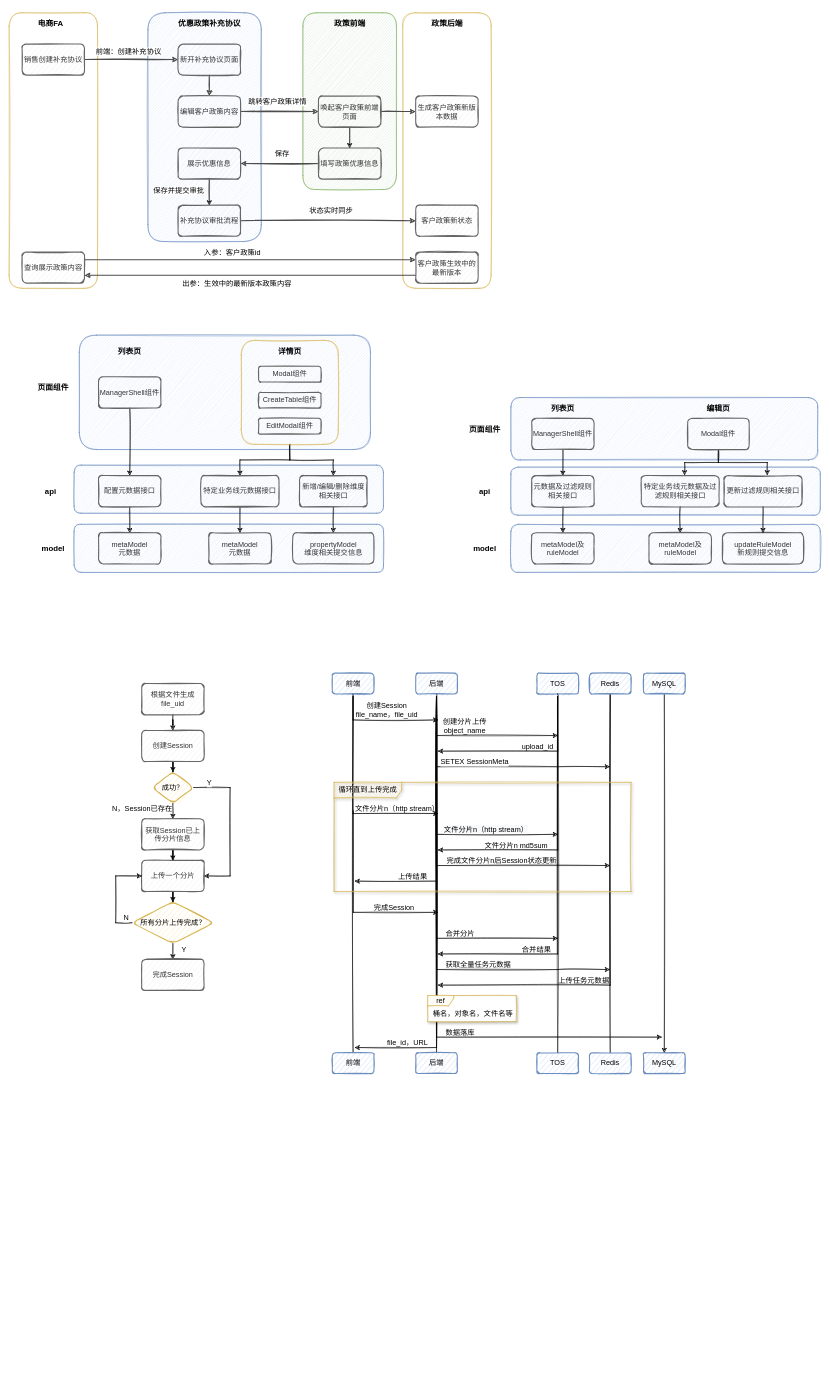
This is Untitled Diagram.drawio from qn-wu/mall, a draw.io file, before an edit. Source tidied: cells renumbered, new cells numbered last; positions are measured from the earlier drawing's top-left corner, leaving out a move shared by most shapes. Both pictures are drawn from the tidied source at 52%, with x=0, y=0 at pixel (9, 12).
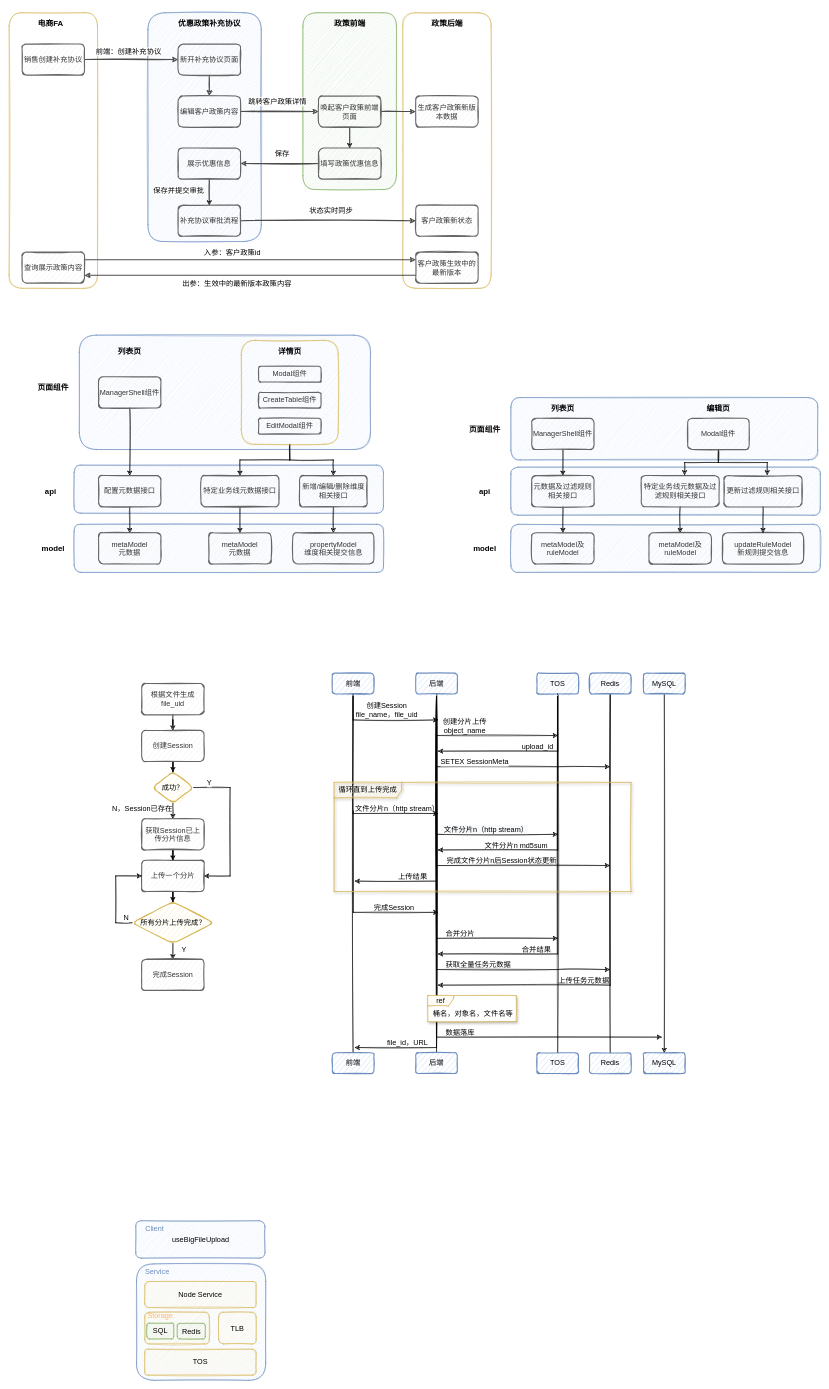
After the change.

What changed in the source:
```diff
@@
+    <mxCell id="154" value="useBigFileUpload" style="rounded=1;whiteSpace=wrap;html=1;shadow=0;glass=0;sketch=1;fontSize=14;strokeColor=#6c8ebf;strokeWidth=1;fillColor=#dae8fc;verticalAlign=middle;" parent="1" vertex="1">
+      <mxGeometry x="243.6" y="2323" width="248.5" height="72" as="geometry" />
+    </mxCell>
+    <mxCell id="155" value="&lt;font style=&quot;font-size: 14px&quot; color=&quot;#6b8cbd&quot;&gt;Client&lt;/font&gt;" style="text;html=1;strokeColor=none;fillColor=none;align=center;verticalAlign=middle;whiteSpace=wrap;rounded=0;" parent="1" vertex="1">
+      <mxGeometry x="250" y="2323" width="60" height="30" as="geometry" />
+    </mxCell>
+    <mxCell id="156" style="rounded=1;whiteSpace=wrap;html=1;shadow=0;glass=0;sketch=1;fontSize=14;strokeColor=#6c8ebf;strokeWidth=1;fillColor=#dae8fc;verticalAlign=middle;" parent="1" vertex="1">
+      <mxGeometry x="245" y="2406" width="248.5" height="224" as="geometry" />
+    </mxCell>
+    <mxCell id="157" value="&lt;font style=&quot;font-size: 14px&quot; color=&quot;#6b8cbd&quot;&gt;Service&lt;/font&gt;" style="text;html=1;strokeColor=none;fillColor=none;align=center;verticalAlign=middle;whiteSpace=wrap;rounded=0;" parent="1" vertex="1">
+      <mxGeometry x="255" y="2406" width="60" height="30" as="geometry" />
+    </mxCell>
+    <mxCell id="158" value="Node Service" style="rounded=1;whiteSpace=wrap;html=1;shadow=0;glass=0;sketch=1;fontSize=14;strokeColor=#d6b656;strokeWidth=1;fillColor=#fff2cc;verticalAlign=middle;" parent="1" vertex="1">
+      <mxGeometry x="260.8" y="2440" width="214.2" height="50" as="geometry" />
+    </mxCell>
+    <mxCell id="159" style="rounded=1;whiteSpace=wrap;html=1;shadow=0;glass=0;sketch=1;fontSize=14;strokeColor=#d6b656;strokeWidth=1;fillColor=#fff2cc;verticalAlign=middle;" parent="1" vertex="1">
+      <mxGeometry x="260.8" y="2499" width="124.2" height="61" as="geometry" />
+    </mxCell>
+    <mxCell id="160" value="&lt;font style=&quot;font-size: 14px&quot; color=&quot;#ffb570&quot;&gt;Storage&lt;/font&gt;" style="text;html=1;strokeColor=none;fillColor=none;align=center;verticalAlign=middle;whiteSpace=wrap;rounded=0;" parent="1" vertex="1">
+      <mxGeometry x="260.8" y="2490" width="60" height="30" as="geometry" />
+    </mxCell>
+    <mxCell id="161" value="SQL" style="rounded=1;whiteSpace=wrap;html=1;shadow=0;glass=0;sketch=1;fontSize=14;strokeColor=#82b366;strokeWidth=1;fillColor=#d5e8d4;verticalAlign=middle;" parent="1" vertex="1">
+      <mxGeometry x="265" y="2520" width="51.5" height="30.5" as="geometry" />
+    </mxCell>
+    <mxCell id="162" value="Redis" style="rounded=1;whiteSpace=wrap;html=1;shadow=0;glass=0;sketch=1;fontSize=14;strokeColor=#82b366;strokeWidth=1;fillColor=#d5e8d4;verticalAlign=middle;" parent="1" vertex="1">
+      <mxGeometry x="323.5" y="2520.5" width="53.8" height="30" as="geometry" />
+    </mxCell>
+    <mxCell id="163" value="TLB" style="rounded=1;whiteSpace=wrap;html=1;shadow=0;glass=0;sketch=1;fontSize=14;strokeColor=#d6b656;strokeWidth=1;fillColor=#fff2cc;verticalAlign=middle;" parent="1" vertex="1">
+      <mxGeometry x="403" y="2499" width="72" height="61" as="geometry" />
+    </mxCell>
+    <mxCell id="164" value="TOS" style="rounded=1;whiteSpace=wrap;html=1;shadow=0;glass=0;sketch=1;fontSize=14;strokeColor=#d6b656;strokeWidth=1;fillColor=#fff2cc;verticalAlign=middle;" parent="1" vertex="1">
+      <mxGeometry x="260.8" y="2570" width="214.2" height="50" as="geometry" />
+    </mxCell>
```
